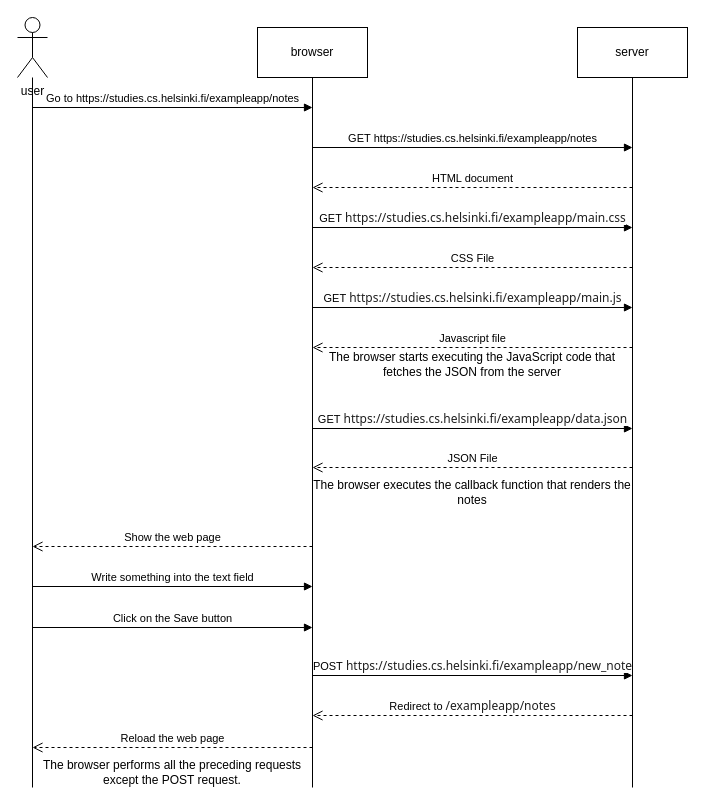
This is part0/NewNoteDiagram/part0-exo_0.4.drawio.xml from Wilky2/FullStackOpen, a draw.io file, before an edit. Source tidied: cells renumbered, new cells numbered last; positions are measured from the earlier drawing's top-left corner, leaving out a move shared by most shapes. Both pictures are drawn from the tidied source at 100%, with x=0, y=0 at pixel (17, 17).
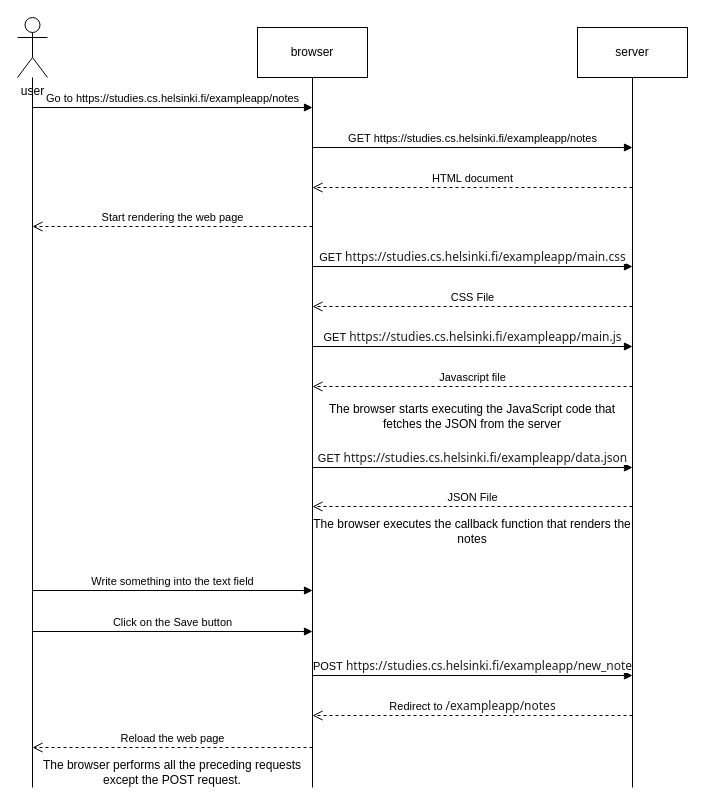
The same diagram, later.

Commit message (it also covers changes not shown here):
correction in the exercises when the browser start rendering the web page

Change to the diagram source:
```diff
@@
     <mxCell id="11" value="GET&amp;nbsp;&lt;span style=&quot;color: rgb(31, 31, 31); font-family: system-ui, sans-serif; font-size: 12px; text-align: start; text-wrap-mode: wrap;&quot;&gt;https://studies.cs.helsinki.fi/exampleapp/main.css&lt;/span&gt;" style="html=1;verticalAlign=bottom;endArrow=block;curved=0;rounded=0;" parent="1" edge="1">
       <mxGeometry relative="1" as="geometry">
-        <mxPoint x="295" y="210" as="sourcePoint" />
-        <mxPoint x="615" y="210" as="targetPoint" />
+        <mxPoint x="295" y="249" as="sourcePoint" />
+        <mxPoint x="615" y="249" as="targetPoint" />
       </mxGeometry>
     </mxCell>
     <mxCell id="12" value="CSS File" style="html=1;verticalAlign=bottom;endArrow=open;dashed=1;endSize=8;curved=0;rounded=0;" parent="1" edge="1">
       <mxGeometry relative="1" as="geometry">
-        <mxPoint x="615" y="250" as="sourcePoint" />
-        <mxPoint x="295" y="250" as="targetPoint" />
+        <mxPoint x="615" y="289" as="sourcePoint" />
+        <mxPoint x="295" y="289" as="targetPoint" />
       </mxGeometry>
     </mxCell>
     <mxCell id="13" value="GET&amp;nbsp;&lt;span style=&quot;color: light-dark(rgb(31, 31, 31), rgb(210, 210, 210)); font-family: system-ui, sans-serif; font-size: 12px; text-align: start; text-wrap-mode: wrap; background-color: light-dark(#ffffff, var(--ge-dark-color, #121212));&quot;&gt;https://studies.cs.helsinki.fi/exampleapp/main.js&lt;/span&gt;" style="html=1;verticalAlign=bottom;endArrow=block;curved=0;rounded=0;" parent="1" edge="1">
       <mxGeometry relative="1" as="geometry">
-        <mxPoint x="295" y="290" as="sourcePoint" />
-        <mxPoint x="615" y="290" as="targetPoint" />
+        <mxPoint x="295" y="329" as="sourcePoint" />
+        <mxPoint x="615" y="329" as="targetPoint" />
       </mxGeometry>
     </mxCell>
     <mxCell id="14" value="Javascript file" style="html=1;verticalAlign=bottom;endArrow=open;dashed=1;endSize=8;curved=0;rounded=0;" parent="1" edge="1">
       <mxGeometry relative="1" as="geometry">
-        <mxPoint x="615" y="330" as="sourcePoint" />
-        <mxPoint x="295" y="330" as="targetPoint" />
+        <mxPoint x="615" y="369" as="sourcePoint" />
+        <mxPoint x="295" y="369" as="targetPoint" />
       </mxGeometry>
     </mxCell>
     <mxCell id="15" value="GET&amp;nbsp;&lt;span style=&quot;color: rgb(31, 31, 31); font-family: system-ui, sans-serif; font-size: 12px; text-align: start; text-wrap-mode: wrap;&quot;&gt;https://studies.cs.helsinki.fi/exampleapp/data.json&lt;/span&gt;" style="html=1;verticalAlign=bottom;endArrow=block;curved=0;rounded=0;" parent="1" edge="1">
       <mxGeometry relative="1" as="geometry">
-        <mxPoint x="295" y="411" as="sourcePoint" />
-        <mxPoint x="615" y="411" as="targetPoint" />
+        <mxPoint x="295" y="450" as="sourcePoint" />
+        <mxPoint x="615" y="450" as="targetPoint" />
       </mxGeometry>
     </mxCell>
     <mxCell id="16" value="JSON File" style="html=1;verticalAlign=bottom;endArrow=open;dashed=1;endSize=8;curved=0;rounded=0;" parent="1" edge="1">
       <mxGeometry relative="1" as="geometry">
-        <mxPoint x="615" y="450" as="sourcePoint" />
-        <mxPoint x="295" y="450" as="targetPoint" />
+        <mxPoint x="615" y="489" as="sourcePoint" />
+        <mxPoint x="295" y="489" as="targetPoint" />
       </mxGeometry>
     </mxCell>
-    <mxCell id="17" value="Show the web page" style="html=1;verticalAlign=bottom;endArrow=open;dashed=1;endSize=8;curved=0;rounded=0;" parent="1" edge="1">
+    <mxCell id="17" value="Start rendering the web page" style="html=1;verticalAlign=bottom;endArrow=open;dashed=1;endSize=8;curved=0;rounded=0;" parent="1" edge="1">
       <mxGeometry relative="1" as="geometry">
-        <mxPoint x="295" y="529" as="sourcePoint" />
-        <mxPoint x="15" y="529" as="targetPoint" />
+        <mxPoint x="295" y="209" as="sourcePoint" />
+        <mxPoint x="15" y="209" as="targetPoint" />
       </mxGeometry>
     </mxCell>
     <mxCell id="18" value="Write something into the text field" style="html=1;verticalAlign=bottom;endArrow=block;curved=0;rounded=0;" parent="1" edge="1">
       <mxGeometry relative="1" as="geometry">
-        <mxPoint x="15" y="569" as="sourcePoint" />
-        <mxPoint x="295" y="569" as="targetPoint" />
+        <mxPoint x="15" y="573" as="sourcePoint" />
+        <mxPoint x="295" y="573" as="targetPoint" />
       </mxGeometry>
     </mxCell>
@@
     <mxCell id="23" value="The browser starts executing the JavaScript code that fetches the JSON from the server" style="text;html=1;align=center;verticalAlign=middle;whiteSpace=wrap;rounded=0;" parent="1" vertex="1">
-      <mxGeometry x="295" y="332" width="320" height="30" as="geometry" />
+      <mxGeometry x="295" y="384" width="320" height="30" as="geometry" />
     </mxCell>
     <mxCell id="24" value="The browser executes the callback function that renders the notes" style="text;html=1;align=center;verticalAlign=middle;whiteSpace=wrap;rounded=0;" parent="1" vertex="1">
-      <mxGeometry x="295" y="460" width="320" height="30" as="geometry" />
+      <mxGeometry x="295" y="499" width="320" height="30" as="geometry" />
     </mxCell>
     <mxCell id="25" value="Click on the Save button" style="html=1;verticalAlign=bottom;endArrow=block;curved=0;rounded=0;" parent="1" edge="1">
       <mxGeometry relative="1" as="geometry">
-        <mxPoint x="15" y="610" as="sourcePoint" />
-        <mxPoint x="295" y="610" as="targetPoint" />
+        <mxPoint x="15" y="614" as="sourcePoint" />
+        <mxPoint x="295" y="614" as="targetPoint" />
       </mxGeometry>
     </mxCell>
```
